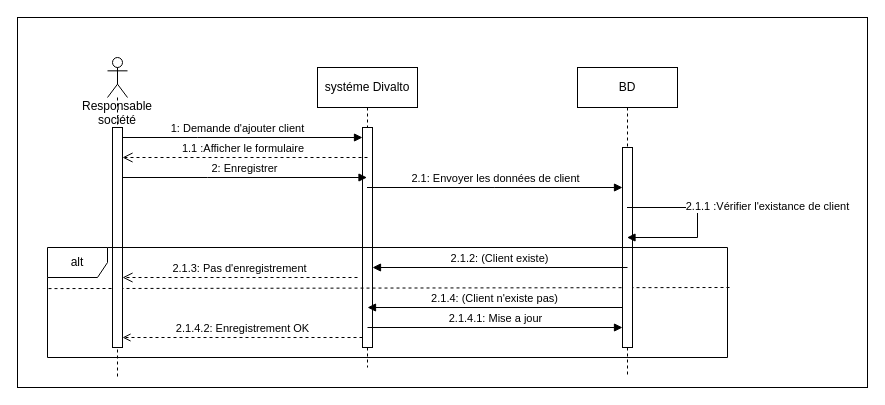
The draw.io diagram creeclient.drawio in labidimahdi/diagrams, before the edit. Source tidied: cells renumbered, new cells numbered last; positions are measured from the earlier drawing's top-left corner, leaving out a move shared by most shapes. Both pictures are drawn from the tidied source at 100%, with x=0, y=0 at pixel (17, 17).
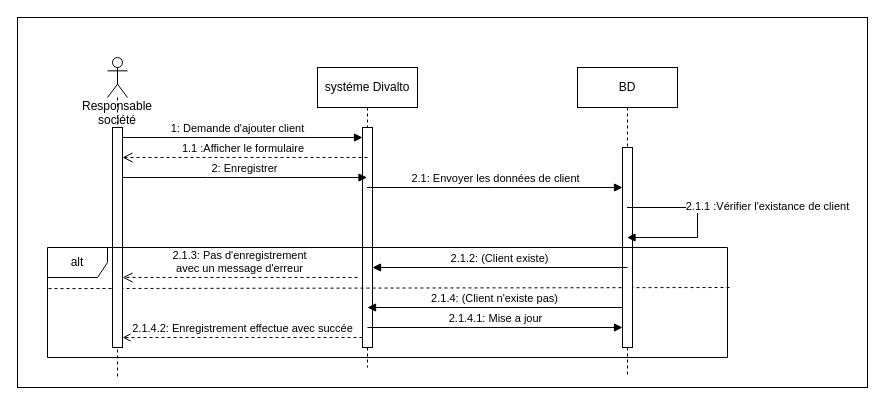
The same page after the edit.

Commit message:
Mettre à jour creeclient.drawio

The change refers to these unchanged cells:
```xml
<mxCell id="4" style="html=1;points=[];perimeter=orthogonalPerimeter;outlineConnect=0;targetShapes=umlLifeline;portConstraint=eastwest;newEdgeStyle={&quot;edgeStyle&quot;:&quot;elbowEdgeStyle&quot;,&quot;elbow&quot;:&quot;vertical&quot;,&quot;curved&quot;:0,&quot;rounded&quot;:0};" parent="3" vertex="1">
  <mxGeometry x="45" y="60" width="10" height="220" as="geometry" />
</mxCell>
<mxCell id="9" style="html=1;points=[];perimeter=orthogonalPerimeter;outlineConnect=0;targetShapes=umlLifeline;portConstraint=eastwest;newEdgeStyle={&quot;edgeStyle&quot;:&quot;elbowEdgeStyle&quot;,&quot;elbow&quot;:&quot;vertical&quot;,&quot;curved&quot;:0,&quot;rounded&quot;:0};" parent="8" vertex="1">
  <mxGeometry x="5" y="70" width="10" height="220" as="geometry" />
</mxCell>
```

The edit, as a diff of the source:
```diff
@@
-    <mxCell id="17" value="2.1.3: Pas d'enregistrement" style="html=1;verticalAlign=bottom;endArrow=open;dashed=1;endSize=8;edgeStyle=elbowEdgeStyle;elbow=vertical;curved=0;rounded=0;" parent="1" edge="1" target="9">
+    <mxCell id="17" value="2.1.3: Pas d'enregistrement &lt;br&gt;avec un message d'erreur" style="html=1;verticalAlign=bottom;endArrow=open;dashed=1;endSize=8;edgeStyle=elbowEdgeStyle;elbow=vertical;curved=0;rounded=0;" parent="1" edge="1" target="9">
       <mxGeometry relative="1" as="geometry">
         <mxPoint x="340" y="260" as="sourcePoint" />
       </mxGeometry>
     </mxCell>
@@
-    <mxCell id="20" value="2.1.4.2: Enregistrement OK" style="html=1;verticalAlign=bottom;endArrow=open;edgeStyle=elbowEdgeStyle;elbow=vertical;curved=0;rounded=0;dashed=1;endFill=0;" parent="1" edge="1" source="4">
+    <mxCell id="20" value="2.1.4.2: Enregistrement effectue avec succée" style="html=1;verticalAlign=bottom;endArrow=open;edgeStyle=elbowEdgeStyle;elbow=vertical;curved=0;rounded=0;dashed=1;endFill=0;" parent="1" edge="1" source="4">
       <mxGeometry relative="1" as="geometry">
         <mxPoint x="105" y="320" as="targetPoint" />
       </mxGeometry>
     </mxCell>
```
